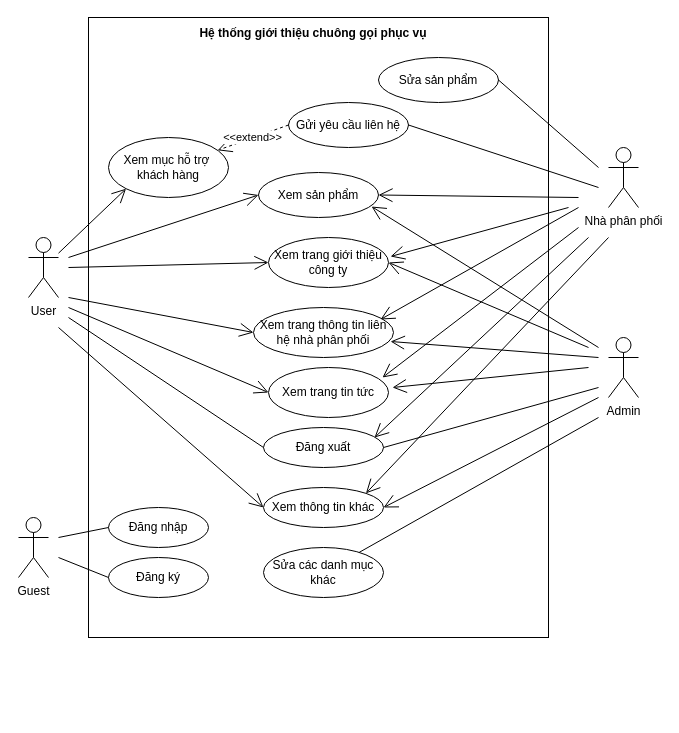
This is Use Case/overviewUC.drawio from hoangminh15/PTTKHT, a draw.io file, before an edit. Source tidied: cells renumbered, new cells numbered last; positions are measured from the earlier drawing's top-left corner, leaving out a move shared by most shapes. Both pictures are drawn from the tidied source at 100%, with x=0, y=0 at pixel (18, 17).
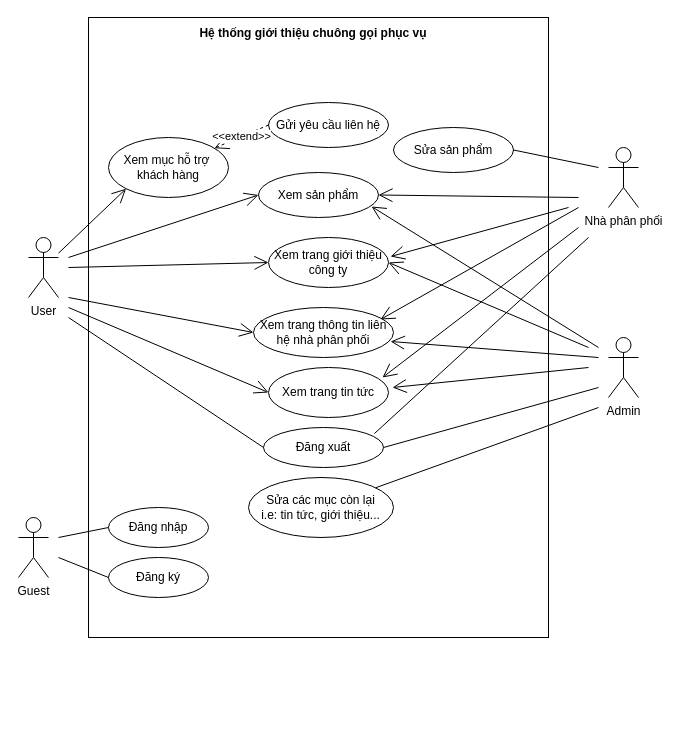
The same page after the edit.

Unchanged cells that the change refers to:
```xml
<mxCell id="19" value="Đăng xuất" style="ellipse;whiteSpace=wrap;html=1;" parent="1" vertex="1">
  <mxGeometry x="245" y="410" width="120" height="40" as="geometry" />
</mxCell>
```

The edit, as a diff of the source:
```diff
@@
     <mxCell id="6" value="Gửi yêu cầu liên hệ" style="ellipse;whiteSpace=wrap;html=1;" parent="1" vertex="1">
-      <mxGeometry x="270" y="85" width="120" height="45" as="geometry" />
+      <mxGeometry x="250" y="85" width="120" height="45" as="geometry" />
     </mxCell>
@@
-    <mxCell id="8" value="Xem thông tin khác" style="ellipse;whiteSpace=wrap;html=1;" parent="1" vertex="1">
-      <mxGeometry x="245" y="470" width="120" height="40" as="geometry" />
-    </mxCell>
@@
-    <mxCell id="17" style="endArrow=open;endFill=1;endSize=12;html=1;entryX=0;entryY=0.5;entryDx=0;entryDy=0;" parent="1" edge="1" target="8">
-      <mxGeometry relative="1" as="geometry">
-        <mxPoint x="40" y="310" as="sourcePoint" />
-      </mxGeometry>
-    </mxCell>
@@
-    <mxCell id="22" style="endArrow=open;endFill=1;endSize=12;html=1;entryX=1;entryY=0;entryDx=0;entryDy=0;" parent="1" edge="1" target="8">
-      <mxGeometry relative="1" as="geometry">
-        <mxPoint x="590" y="220" as="sourcePoint" />
-      </mxGeometry>
-    </mxCell>
-    <mxCell id="23" style="endArrow=open;endFill=1;endSize=12;html=1;entryX=1;entryY=0.5;entryDx=0;entryDy=0;" parent="1" edge="1" target="8">
-      <mxGeometry relative="1" as="geometry">
-        <mxPoint x="580" y="380" as="sourcePoint" />
-      </mxGeometry>
-    </mxCell>
@@
     <mxCell id="28" value="Sửa sản phẩm" style="ellipse;whiteSpace=wrap;html=1;" parent="1" vertex="1">
-      <mxGeometry x="360" y="40" width="120" height="45" as="geometry" />
+      <mxGeometry x="375" y="110" width="120" height="45" as="geometry" />
     </mxCell>
-    <mxCell id="29" style="endArrow=open;endFill=1;endSize=12;html=1;entryX=0.925;entryY=0.25;entryDx=0;entryDy=0;entryPerimeter=0;" parent="1" edge="1" target="19">
-      <mxGeometry relative="1" as="geometry">
-        <mxPoint x="570" y="220" as="sourcePoint" />
-      </mxGeometry>
-    </mxCell>
@@
-    <mxCell id="37" value="Sửa các danh mục khác" style="ellipse;whiteSpace=wrap;html=1;" parent="1" vertex="1">
-      <mxGeometry x="245" y="530" width="120" height="50" as="geometry" />
+    <mxCell id="37" value="Sửa các mục còn lại&lt;br&gt;i.e: tin tức, giới thiệu..." style="ellipse;whiteSpace=wrap;html=1;" parent="1" vertex="1">
+      <mxGeometry x="230" y="460" width="145" height="60" as="geometry" />
     </mxCell>
@@
     <mxCell id="45" style="endArrow=none;html=1;" parent="1" edge="1" source="37">
       <mxGeometry relative="1" as="geometry">
-        <mxPoint x="580" y="400" as="targetPoint" />
+        <mxPoint x="580" y="390" as="targetPoint" />
       </mxGeometry>
     </mxCell>
@@
-    <mxCell id="47" style="endArrow=none;html=1;exitX=1;exitY=0.5;exitDx=0;exitDy=0;" parent="1" edge="1" source="6">
-      <mxGeometry relative="1" as="geometry">
-        <mxPoint x="580" y="170" as="targetPoint" />
-      </mxGeometry>
-    </mxCell>
+    <mxCell id="48" style="endArrow=none;html=1;entryX=0.925;entryY=0.15;entryDx=0;entryDy=0;entryPerimeter=0;" parent="1" edge="1" target="19">
+      <mxGeometry relative="1" as="geometry">
+        <mxPoint x="570" y="220" as="sourcePoint" />
+      </mxGeometry>
+    </mxCell>
```
